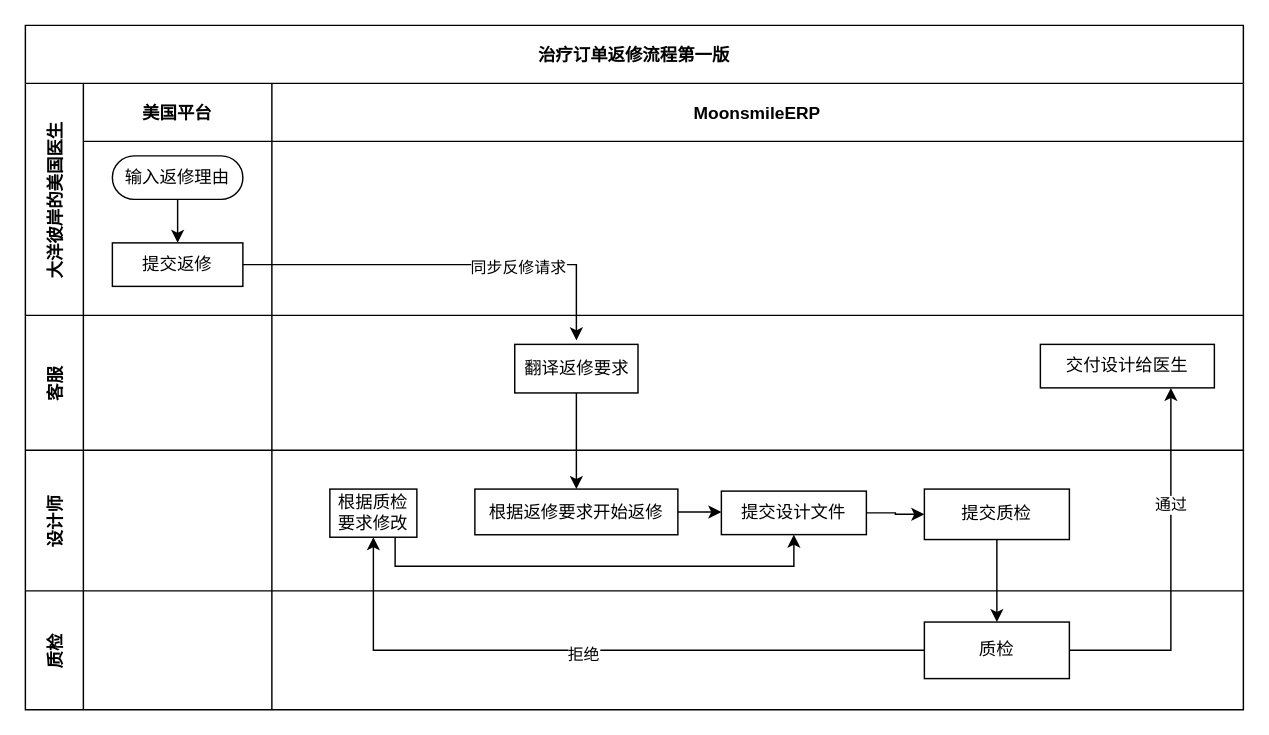
The draw.io diagram page "第一版" (1 of 2) of Untitled Diagram.drawio in laggage/markdown-it-attrs, before the edit. Source tidied: cells renumbered, new cells numbered last; positions are measured from the earlier drawing's top-left corner, leaving out a move shared by most shapes. Both pictures are drawn from the tidied source at 145%, with x=0, y=0 at pixel (25, 25).
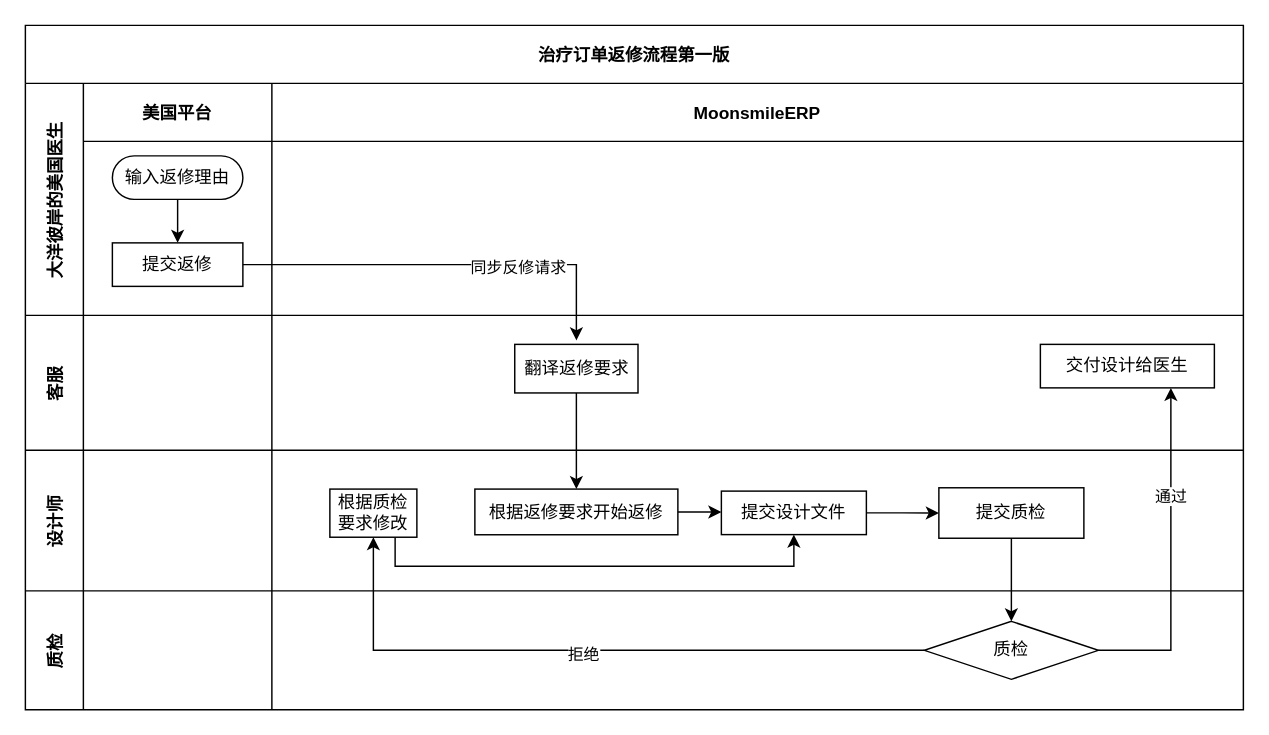
The same diagram, later.

The change refers to these unchanged cells:
```xml
<mxCell id="2" value="治疗订单返修流程第一版" style="shape=table;childLayout=tableLayout;startSize=40;fillColor=none;fontStyle=1;" parent="1" vertex="1">
  <mxGeometry width="840" height="472" as="geometry" />
</mxCell>
<mxCell id="13" value="交付设计给医生" style="rounded=0;whiteSpace=wrap;html=1;" parent="11" vertex="1">
  <mxGeometry x="530" y="20" width="120" height="30" as="geometry" />
</mxCell>
<mxCell id="16" style="swimlane;swimlaneHead=0;swimlaneBody=0;fillColor=none;startSize=0;fontStyle=1;" parent="14" vertex="1">
  <mxGeometry x="170" width="670" height="97" as="geometry" />
</mxCell>
<mxCell id="23" value="根据质检要求修改" style="rounded=0;whiteSpace=wrap;html=1;" parent="16" vertex="1">
  <mxGeometry x="40" y="26.8" width="60" height="33.2" as="geometry" />
</mxCell>
<mxCell id="26" style="swimlane;swimlaneHead=0;swimlaneBody=0;fillColor=none;startSize=0;fontStyle=1;" parent="24" vertex="1">
  <mxGeometry x="170" width="670" height="82" as="geometry" />
</mxCell>
```

Change to the diagram source:
```diff
@@
     <mxCell id="21" value="提交质检" style="rounded=0;whiteSpace=wrap;html=1;" parent="16" vertex="1">
-      <mxGeometry x="450" y="26.8" width="100" height="34.8" as="geometry" />
+      <mxGeometry x="460" y="25.9" width="100" height="34.8" as="geometry" />
     </mxCell>
@@
-    <mxCell id="27" value="质检" style="rounded=0;whiteSpace=wrap;html=1;" parent="26" vertex="1">
-      <mxGeometry x="450" y="21.5" width="100" height="39" as="geometry" />
+    <mxCell id="27" value="质检" style="rhombus;whiteSpace=wrap;html=1;" parent="26" vertex="1">
+      <mxGeometry x="450" y="21" width="120" height="40" as="geometry" />
     </mxCell>
@@
-    <mxCell id="31" style="edgeStyle=orthogonalEdgeStyle;rounded=0;jettySize=auto;html=1;exitX=0.5;exitY=1;exitDx=0;exitDy=0;" parent="2" edge="1" source="21" target="27">
+    <mxCell id="31" style="edgeStyle=orthogonalEdgeStyle;rounded=0;jettySize=auto;html=1;exitX=0.5;exitY=1;exitDx=0;exitDy=0;entryX=0.5;entryY=0;entryDx=0;entryDy=0;" parent="2" edge="1" source="21" target="27">
       <mxGeometry relative="1" as="geometry" />
     </mxCell>
-    <mxCell id="32" style="edgeStyle=orthogonalEdgeStyle;rounded=0;jettySize=auto;html=1;exitX=0;exitY=0.5;exitDx=0;exitDy=0;entryX=0.5;entryY=1;entryDx=0;entryDy=0;" parent="2" edge="1" source="27" target="23">
+    <mxCell id="32" style="edgeStyle=orthogonalEdgeStyle;rounded=0;jettySize=auto;html=1;entryX=0.5;entryY=1;entryDx=0;entryDy=0;exitX=0;exitY=0.5;exitDx=0;exitDy=0;" parent="2" edge="1" source="27" target="23">
       <mxGeometry relative="1" as="geometry" />
     </mxCell>
@@
-    <mxCell id="34" style="edgeStyle=orthogonalEdgeStyle;rounded=0;jettySize=auto;html=1;exitX=1;exitY=0.5;exitDx=0;exitDy=0;entryX=0.75;entryY=1;entryDx=0;entryDy=0;" parent="2" edge="1" source="27" target="13">
-      <mxGeometry relative="1" as="geometry" />
+    <mxCell id="34" style="edgeStyle=orthogonalEdgeStyle;rounded=0;jettySize=auto;html=1;entryX=0.75;entryY=1;entryDx=0;entryDy=0;exitX=1;exitY=0.5;exitDx=0;exitDy=0;" parent="2" edge="1" source="27" target="13">
+      <mxGeometry relative="1" as="geometry">
+        <Array as="points">
+          <mxPoint x="790" y="431" />
+        </Array>
+      </mxGeometry>
     </mxCell>
```
